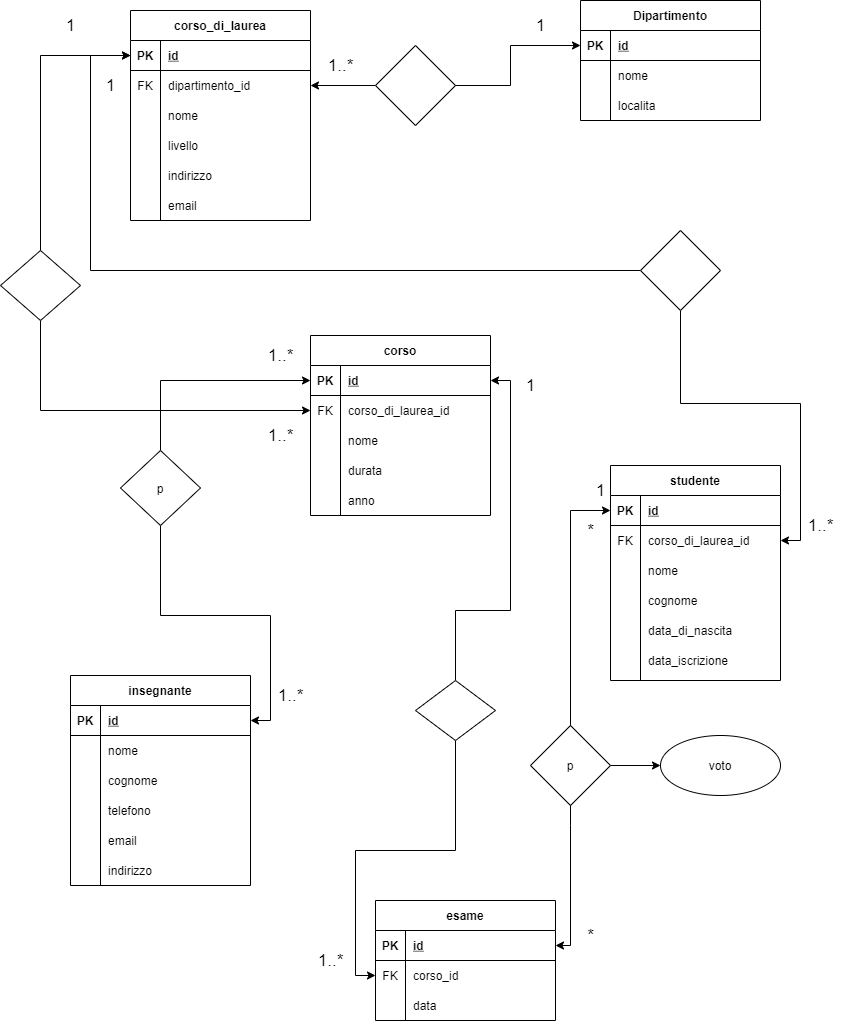
This is Diagramma Università.drawio.png from andmalt/db-university, a draw.io export, as it was before one commit. Source tidied: cells renumbered, new cells last; positions are measured from the earlier drawing's top-left corner, leaving out a move shared by most shapes.
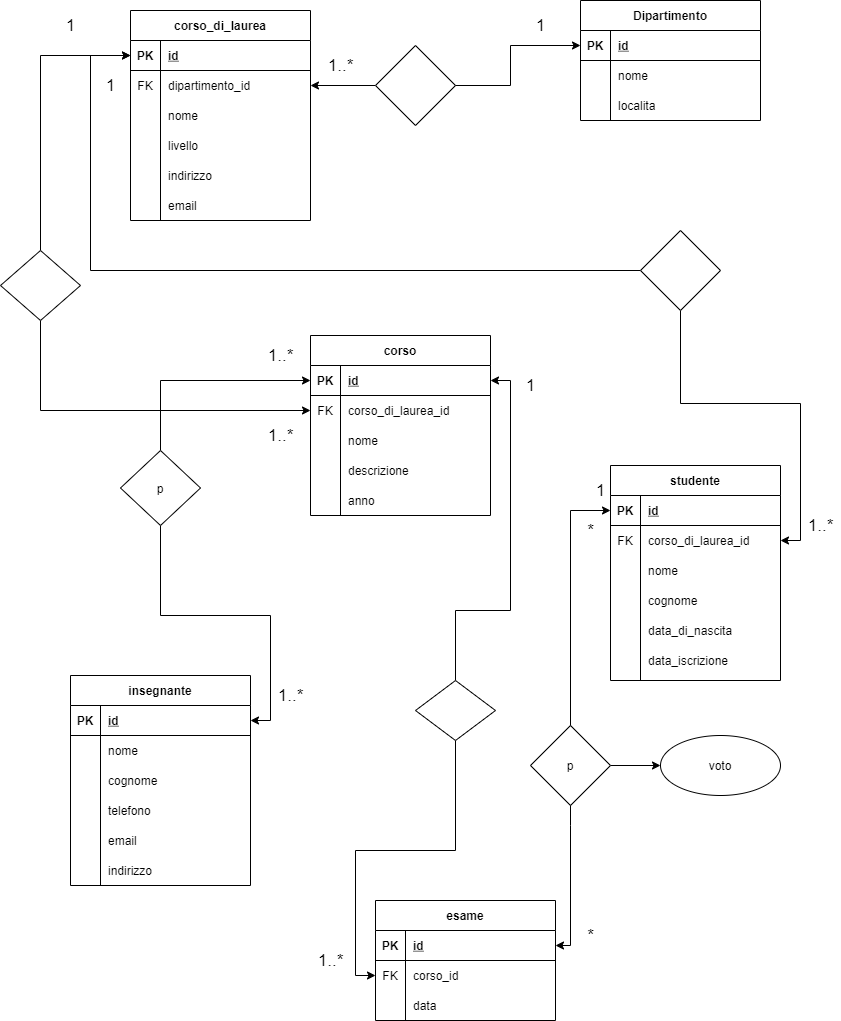
Above is the later version.

Commit message:
adjusted data text and diagram

What changed in the source:
```diff
@@ -68,7 +68,7 @@
     <mxCell id="23" style="shape=partialRectangle;fillColor=none;top=0;left=0;bottom=0;right=0;overflow=hidden;" parent="22" vertex="1">
       <mxGeometry width="30" height="30" as="geometry" />
     </mxCell>
-    <mxCell id="24" value="durata" style="shape=partialRectangle;fillColor=none;top=0;left=0;bottom=0;right=0;align=left;spacingLeft=6;overflow=hidden;" parent="22" vertex="1">
+    <mxCell id="24" value="descrizione" style="shape=partialRectangle;fillColor=none;top=0;left=0;bottom=0;right=0;align=left;spacingLeft=6;overflow=hidden;" parent="22" vertex="1">
       <mxGeometry x="30" width="150" height="30" as="geometry" />
     </mxCell>
     <mxCell id="25" style="shape=partialRectangle;fillColor=none;top=0;left=0;bottom=0;right=0;" parent="12" vertex="1">
```
